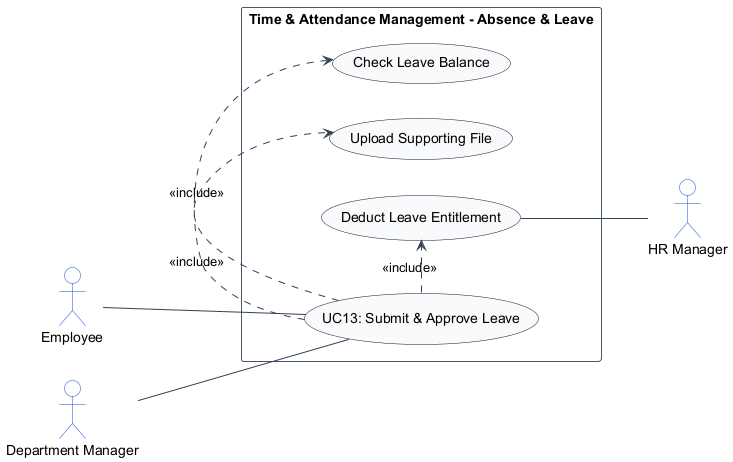
TamBui1706/HRPlatform keeps this PlantUML diagram as usecase_images/UC13.png. Above is the earlier version. Source of this version:
```plantuml
@startuml
left to right direction
skinparam shadowing false
skinparam packageStyle rectangle
skinparam actorStyle stickman

skinparam ArrowColor #334155
skinparam ActorBorderColor #1d4ed8
skinparam ActorBackgroundColor #ffffff
skinparam UsecaseBorderColor #0f172a
skinparam UsecaseBackgroundColor #f8fafc
skinparam RectangleBorderColor #475569
skinparam RectangleBackgroundColor #ffffff

actor "Employee" as Employee
actor "Department Manager" as DepartmentManager
actor "HR Manager" as HRManager

rectangle "Time & Attendance Management - Absence & Leave" {
    usecase "UC13: Submit & Approve Leave" as UC_Main
    usecase "Check Leave Balance" as UC_CheckBal
    usecase "Upload Supporting File" as UC_UploadFile
    usecase "Deduct Leave Entitlement" as UC_DeductLeave

    Employee -- UC_Main
    DepartmentManager -- UC_Main
    UC_Main .> UC_CheckBal : <<include>>
    UC_Main .> UC_UploadFile : <<include>>
    UC_Main .> UC_DeductLeave : <<include>>
    UC_DeductLeave -- HRManager
}
@enduml
```
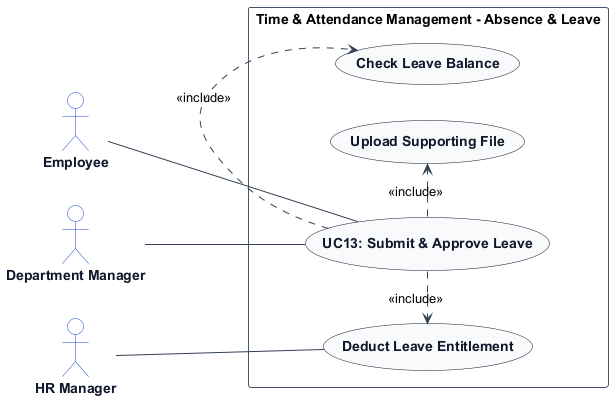
The same diagram one commit later.

The edit, as a diff of the source:
```diff
@@ -7,8 +7,14 @@
 skinparam ArrowColor #334155
 skinparam ActorBorderColor #1d4ed8
 skinparam ActorBackgroundColor #ffffff
+skinparam ActorFontColor #0f172a
+skinparam ActorFontStyle bold
+
 skinparam UsecaseBorderColor #0f172a
 skinparam UsecaseBackgroundColor #f8fafc
+skinparam UsecaseFontColor #0f172a
+skinparam UsecaseFontStyle bold
+
 skinparam RectangleBorderColor #475569
 skinparam RectangleBackgroundColor #ffffff
 
@@ -24,9 +30,9 @@
 
     Employee -- UC_Main
     DepartmentManager -- UC_Main
+    HRManager -- UC_DeductLeave
     UC_Main .> UC_CheckBal : <<include>>
     UC_Main .> UC_UploadFile : <<include>>
     UC_Main .> UC_DeductLeave : <<include>>
-    UC_DeductLeave -- HRManager
 }
 @enduml
```
